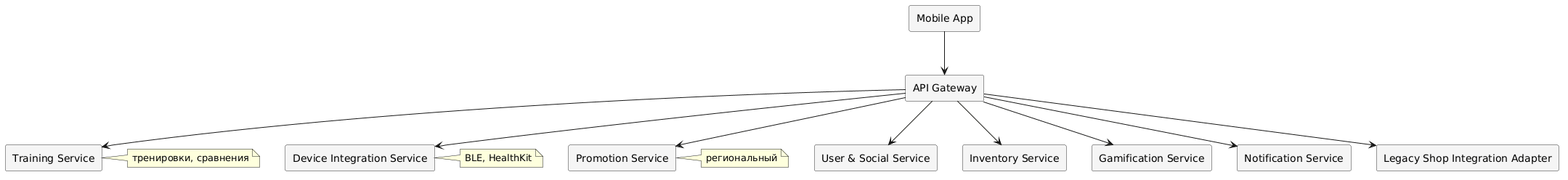
Earlier version of the PlantUML export артефакт4.png (Dmitri120/ArchitectorPO). Source of this version:
```plantuml
@startuml
skinparam componentStyle rectangle
skinparam backgroundColor #FFFFFF
skinparam component {
  BackgroundColor #F5F5F5
  BorderColor #333333
}

[Mobile App] --> [API Gateway]

[API Gateway] --> [User & Social Service]
[API Gateway] --> [Training Service]
[API Gateway] --> [Inventory Service]
[API Gateway] --> [Gamification Service]
[API Gateway] --> [Notification Service]
[API Gateway] --> [Device Integration Service]
[API Gateway] --> [Promotion Service]
[API Gateway] --> [Legacy Shop Integration Adapter]

note right of [Training Service] : тренировки, сравнения
note right of [Device Integration Service] : BLE, HealthKit
note right of [Promotion Service] : региональный
@enduml
```
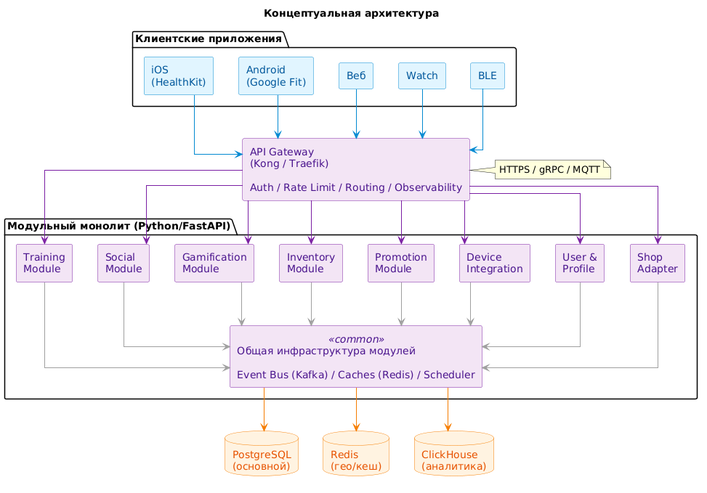
The same file after the commit.

Diff of the diagram source:
```diff
@@ -1,23 +1,82 @@
 @startuml
 skinparam componentStyle rectangle
-skinparam backgroundColor #FFFFFF
+skinparam linetype ortho
+
+title Концептуальная архитектура
+
 skinparam component {
-  BackgroundColor #F5F5F5
-  BorderColor #333333
+  BackgroundColor #E1F5FE
+  BorderColor #0288D1
+  FontColor #01579B
 }
 
-[Mobile App] --> [API Gateway]
+skinparam database {
+  BackgroundColor #FFF3E0
+  BorderColor #F57C00
+  FontColor #E65100
+}
 
-[API Gateway] --> [User & Social Service]
-[API Gateway] --> [Training Service]
-[API Gateway] --> [Inventory Service]
-[API Gateway] --> [Gamification Service]
-[API Gateway] --> [Notification Service]
-[API Gateway] --> [Device Integration Service]
-[API Gateway] --> [Promotion Service]
-[API Gateway] --> [Legacy Shop Integration Adapter]
+skinparam rectangle {
+  BackgroundColor #F3E5F5
+  BorderColor #7B1FA2
+  FontColor #4A148C
+}
 
-note right of [Training Service] : тренировки, сравнения
-note right of [Device Integration Service] : BLE, HealthKit
-note right of [Promotion Service] : региональный
+package "Клиентские приложения" {
+  component "iOS\n(HealthKit)" as iOS
+  component "Android\n(Google Fit)" as Android
+  component "Веб" as Web
+  component "Watch" as Watch
+  component "BLE" as BLE
+}
+
+rectangle "API Gateway\n(Kong / Traefik)\n\nAuth / Rate Limit / Routing / Observability" as Gateway
+
+package "Модульный монолит (Python/FastAPI)" {
+
+  rectangle "Training\nModule" as Training
+  rectangle "Social\nModule" as Social
+  rectangle "Gamification\nModule" as Gamification
+  rectangle "Inventory\nModule" as Inventory
+  rectangle "Promotion\nModule" as Promotion
+  rectangle "Device\nIntegration" as DeviceIntegration
+  rectangle "User &\nProfile" as UserProfile
+  rectangle "Shop\nAdapter" as ShopAdapter
+
+  rectangle "Общая инфраструктура модулей\n\nEvent Bus (Kafka) / Caches (Redis) / Scheduler" as Infrastructure <<common>>
+}
+
+database "PostgreSQL\n(основной)" as Postgres
+database "Redis\n(гео/кеш)" as Redis
+database "ClickHouse\n(аналитика)" as ClickHouse
+
+iOS -[#0288D1]-> Gateway
+Android -[#0288D1]-> Gateway
+Web -[#0288D1]-> Gateway
+Watch -[#0288D1]-> Gateway
+BLE -[#0288D1]-> Gateway
+
+Gateway -[#7B1FA2]-> Training
+Gateway -[#7B1FA2]-> Social
+Gateway -[#7B1FA2]-> Gamification
+Gateway -[#7B1FA2]-> Inventory
+Gateway -[#7B1FA2]-> Promotion
+Gateway -[#7B1FA2]-> DeviceIntegration
+Gateway -[#7B1FA2]-> UserProfile
+Gateway -[#7B1FA2]-> ShopAdapter
+
+Training -[#9E9E9E]-> Infrastructure
+Social -[#9E9E9E]-> Infrastructure
+Gamification -[#9E9E9E]-> Infrastructure
+Inventory -[#9E9E9E]-> Infrastructure
+Promotion -[#9E9E9E]-> Infrastructure
+DeviceIntegration -[#9E9E9E]-> Infrastructure
+UserProfile -[#9E9E9E]-> Infrastructure
+ShopAdapter -[#9E9E9E]-> Infrastructure
+
+Infrastructure -[#F57C00]-> Postgres
+Infrastructure -[#F57C00]-> Redis
+Infrastructure -[#F57C00]-> ClickHouse
+
+note right of Gateway : HTTPS / gRPC / MQTT
 @enduml
```
